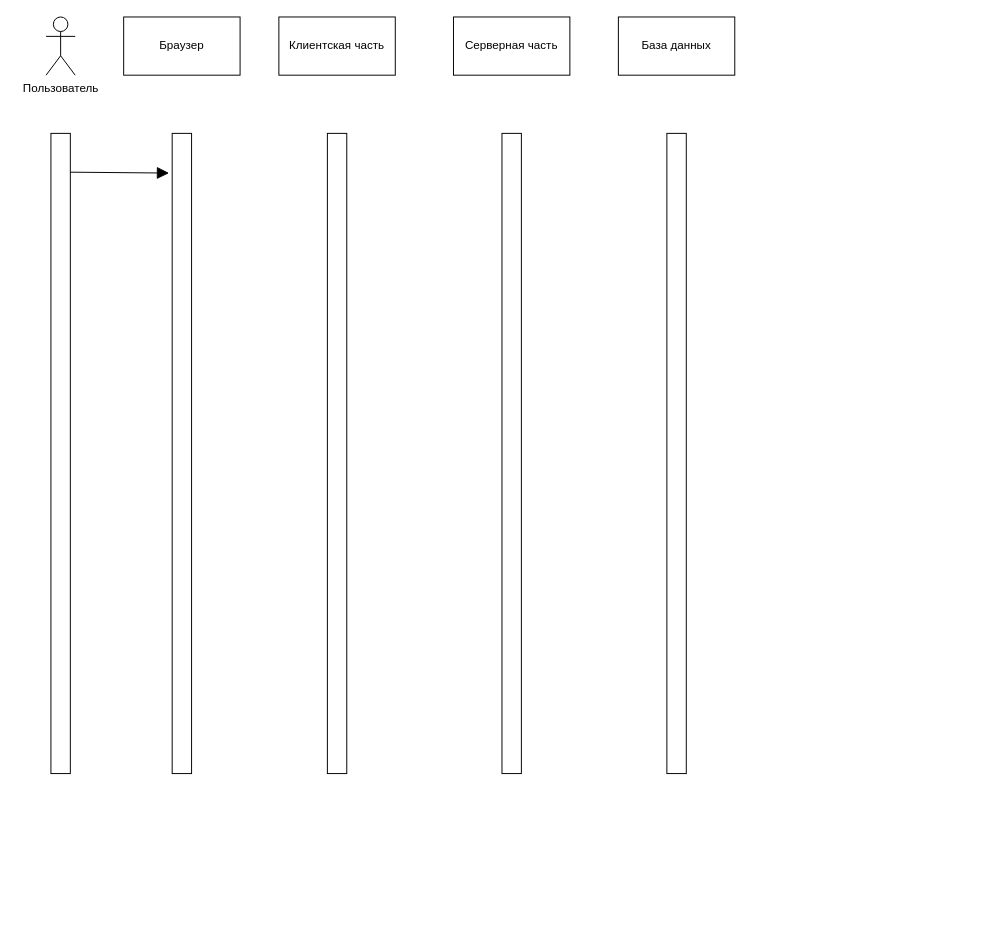
Before: Взаимодействие между компонентами.drawio in v-tempe/draw.io, a draw.io diagram. Source tidied: cells renumbered, new cells numbered last; positions are measured from the earlier drawing's top-left corner, leaving out a move shared by most shapes. Both pictures are drawn from the tidied source at 97%, with x=0, y=0 at pixel (46, 16).
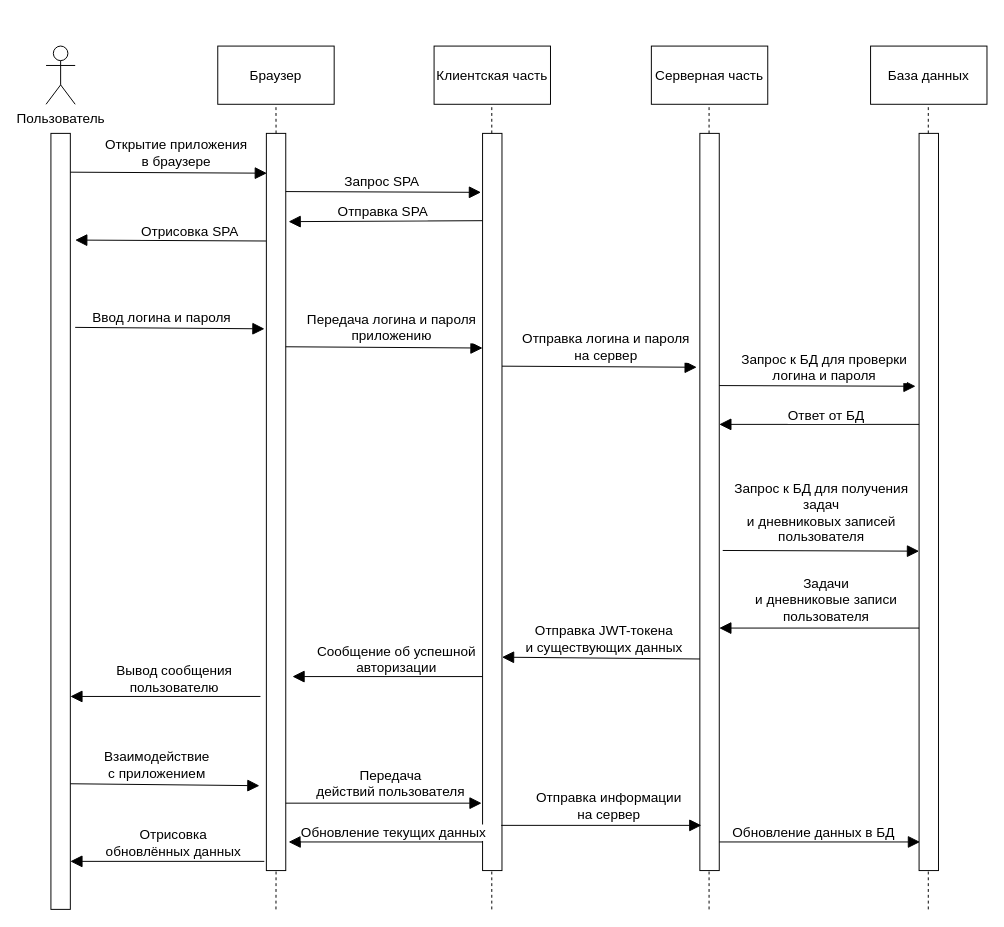
The same diagram, later.

Change to the diagram source:
```diff
@@
     <mxCell id="2" style="rounded=0;whiteSpace=wrap;html=1;" parent="1" vertex="1">
-      <mxGeometry x="5" y="120" width="20" height="660" as="geometry" />
+      <mxGeometry x="5" y="120" width="20" height="800" as="geometry" />
     </mxCell>
-    <mxCell id="3" value="Пользователь" style="shape=umlActor;verticalLabelPosition=bottom;verticalAlign=top;html=1;" parent="1" vertex="1">
-      <mxGeometry width="30" height="60" as="geometry" />
+    <mxCell id="3" value="Пользователь" style="shape=umlActor;verticalLabelPosition=bottom;verticalAlign=top;html=1;fontSize=14;" parent="1" vertex="1">
+      <mxGeometry y="30" width="30" height="60" as="geometry" />
     </mxCell>
-    <mxCell id="4" value="Браузер" style="rounded=0;whiteSpace=wrap;html=1;" parent="1" vertex="1">
-      <mxGeometry x="80" width="120" height="60" as="geometry" />
+    <mxCell id="4" value="Браузер" style="rounded=0;whiteSpace=wrap;html=1;fontSize=14;" parent="1" vertex="1">
+      <mxGeometry x="177" y="30" width="120" height="60" as="geometry" />
     </mxCell>
-    <mxCell id="5" value="Клиентская часть" style="rounded=0;whiteSpace=wrap;html=1;" parent="1" vertex="1">
-      <mxGeometry x="240" width="120" height="60" as="geometry" />
+    <mxCell id="5" value="Клиентская часть" style="rounded=0;whiteSpace=wrap;html=1;fontSize=14;" parent="1" vertex="1">
+      <mxGeometry x="400" y="30" width="120" height="60" as="geometry" />
     </mxCell>
-    <mxCell id="6" value="Серверная часть" style="rounded=0;whiteSpace=wrap;html=1;" parent="1" vertex="1">
-      <mxGeometry x="420" width="120" height="60" as="geometry" />
+    <mxCell id="6" value="Серверная часть" style="rounded=0;whiteSpace=wrap;html=1;fontSize=14;" parent="1" vertex="1">
+      <mxGeometry x="624" y="30" width="120" height="60" as="geometry" />
     </mxCell>
-    <mxCell id="7" value="База данных" style="rounded=0;whiteSpace=wrap;html=1;" parent="1" vertex="1">
-      <mxGeometry x="590" width="120" height="60" as="geometry" />
+    <mxCell id="7" value="База данных" style="rounded=0;whiteSpace=wrap;html=1;fontSize=14;" parent="1" vertex="1">
+      <mxGeometry x="850" y="30" width="120" height="60" as="geometry" />
     </mxCell>
     <mxCell id="8" style="rounded=0;whiteSpace=wrap;html=1;" parent="1" vertex="1">
-      <mxGeometry x="130" y="120" width="20" height="660" as="geometry" />
+      <mxGeometry x="227.1" y="120" width="20" height="760" as="geometry" />
     </mxCell>
     <mxCell id="9" style="rounded=0;whiteSpace=wrap;html=1;" parent="1" vertex="1">
-      <mxGeometry x="290" y="120" width="20" height="660" as="geometry" />
+      <mxGeometry x="450" y="120" width="20" height="760" as="geometry" />
     </mxCell>
     <mxCell id="10" style="rounded=0;whiteSpace=wrap;html=1;" parent="1" vertex="1">
-      <mxGeometry x="470" y="120" width="20" height="660" as="geometry" />
+      <mxGeometry x="674" y="120" width="20" height="760" as="geometry" />
     </mxCell>
     <mxCell id="11" style="rounded=0;whiteSpace=wrap;html=1;" parent="1" vertex="1">
-      <mxGeometry x="640" y="120" width="20" height="660" as="geometry" />
+      <mxGeometry x="900" y="120" width="20" height="760" as="geometry" />
     </mxCell>
-    <mxCell id="12" style="endArrow=block;html=1;rounded=0;entryX=-0.16;entryY=0.062;entryDx=0;entryDy=0;entryPerimeter=0;endFill=1;endSize=10;" parent="1" edge="1" target="8">
+    <mxCell id="12" style="endArrow=block;html=1;rounded=0;entryX=0.028;entryY=0.054;entryDx=0;entryDy=0;entryPerimeter=0;endFill=1;endSize=10;fontSize=14;" parent="1" edge="1" target="8">
       <mxGeometry relative="1" as="geometry">
         <mxPoint x="25" y="160" as="sourcePoint" />
       </mxGeometry>
     </mxCell>
+    <mxCell id="13" value="Открытие приложения&lt;div&gt;в браузере&lt;/div&gt;" style="edgeLabel;html=1;align=center;verticalAlign=middle;fontSize=14;" parent="12" vertex="1">
+      <mxGeometry x="0.14" y="-1" relative="1" as="geometry">
+        <mxPoint x="-7" y="-22" as="offset" />
+      </mxGeometry>
+    </mxCell>
+    <mxCell id="14" style="endArrow=block;html=1;rounded=0;endFill=1;endSize=10;fontSize=14;entryX=-0.08;entryY=0.08;entryDx=0;entryDy=0;entryPerimeter=0;" parent="1" edge="1" target="9">
+      <mxGeometry relative="1" as="geometry">
+        <mxPoint x="247.1" y="180" as="sourcePoint" />
+      </mxGeometry>
+    </mxCell>
+    <mxCell id="15" value="Запрос SPA" style="edgeLabel;html=1;align=center;verticalAlign=middle;fontSize=14;" parent="14" vertex="1">
+      <mxGeometry x="-0.42" y="-2" relative="1" as="geometry">
+        <mxPoint x="40" y="-13" as="offset" />
+      </mxGeometry>
+    </mxCell>
+    <mxCell id="16" style="endArrow=block;html=1;rounded=0;endFill=1;endSize=10;fontSize=14;" parent="1" edge="1">
+      <mxGeometry relative="1" as="geometry">
+        <mxPoint x="450" y="210" as="sourcePoint" />
+        <mxPoint x="250" y="211" as="targetPoint" />
+      </mxGeometry>
+    </mxCell>
+    <mxCell id="17" value="Отправка SPA" style="edgeLabel;html=1;align=center;verticalAlign=middle;fontSize=14;" parent="16" vertex="1">
+      <mxGeometry x="0.28" y="-3" relative="1" as="geometry">
+        <mxPoint x="25" y="-7" as="offset" />
+      </mxGeometry>
+    </mxCell>
+    <mxCell id="18" style="endArrow=block;html=1;rounded=0;endFill=1;endSize=10;fontSize=14;exitX=-0.013;exitY=0.146;exitDx=0;exitDy=0;exitPerimeter=0;" parent="1" edge="1" source="8">
+      <mxGeometry relative="1" as="geometry">
+        <mxPoint x="30" y="230" as="targetPoint" />
+      </mxGeometry>
+    </mxCell>
+    <mxCell id="19" value="Отрисовка SPA" style="edgeLabel;html=1;align=center;verticalAlign=middle;fontSize=14;" parent="18" vertex="1">
+      <mxGeometry x="0.28" y="-3" relative="1" as="geometry">
+        <mxPoint x="47" y="-7" as="offset" />
+      </mxGeometry>
+    </mxCell>
+    <mxCell id="20" style="endArrow=block;html=1;rounded=0;entryX=-0.092;entryY=0.275;entryDx=0;entryDy=0;entryPerimeter=0;endFill=1;endSize=10;fontSize=14;" parent="1" edge="1">
+      <mxGeometry relative="1" as="geometry">
+        <mxPoint x="30" y="320" as="sourcePoint" />
+        <mxPoint x="225.2" y="321.5" as="targetPoint" />
+      </mxGeometry>
+    </mxCell>
+    <mxCell id="21" value="Ввод логина и пароля" style="edgeLabel;html=1;align=center;verticalAlign=middle;fontSize=14;" parent="20" vertex="1">
+      <mxGeometry x="0.14" y="-1" relative="1" as="geometry">
+        <mxPoint x="-22" y="-12" as="offset" />
+      </mxGeometry>
+    </mxCell>
+    <mxCell id="22" style="endArrow=block;html=1;rounded=0;entryX=0;entryY=0.305;entryDx=0;entryDy=0;entryPerimeter=0;endFill=1;endSize=10;fontSize=14;" parent="1" edge="1">
+      <mxGeometry relative="1" as="geometry">
+        <mxPoint x="247" y="340" as="sourcePoint" />
+        <mxPoint x="450" y="341.3" as="targetPoint" />
+      </mxGeometry>
+    </mxCell>
+    <mxCell id="23" value="Передача логина и пароля&lt;div&gt;приложению&lt;/div&gt;" style="edgeLabel;html=1;align=center;verticalAlign=middle;fontSize=14;" parent="22" vertex="1">
+      <mxGeometry x="0.14" y="-1" relative="1" as="geometry">
+        <mxPoint x="-7" y="-22" as="offset" />
+      </mxGeometry>
+    </mxCell>
+    <mxCell id="24" style="endArrow=none;dashed=1;html=1;rounded=0;entryX=0.5;entryY=1;entryDx=0;entryDy=0;exitX=0.5;exitY=0;exitDx=0;exitDy=0;" parent="1" edge="1" source="8" target="4">
+      <mxGeometry relative="1" as="geometry" />
+    </mxCell>
+    <mxCell id="25" style="endArrow=none;dashed=1;html=1;rounded=0;entryX=0.5;entryY=1;entryDx=0;entryDy=0;exitX=0.5;exitY=0;exitDx=0;exitDy=0;" parent="1" edge="1">
+      <mxGeometry relative="1" as="geometry">
+        <mxPoint x="459.5" y="120" as="sourcePoint" />
+        <mxPoint x="459.5" y="90" as="targetPoint" />
+      </mxGeometry>
+    </mxCell>
+    <mxCell id="26" style="endArrow=none;dashed=1;html=1;rounded=0;entryX=0.5;entryY=1;entryDx=0;entryDy=0;exitX=0.5;exitY=0;exitDx=0;exitDy=0;" parent="1" edge="1">
+      <mxGeometry relative="1" as="geometry">
+        <mxPoint x="683.5" y="120" as="sourcePoint" />
+        <mxPoint x="683.5" y="90" as="targetPoint" />
+      </mxGeometry>
+    </mxCell>
+    <mxCell id="27" style="endArrow=none;dashed=1;html=1;rounded=0;entryX=0.5;entryY=1;entryDx=0;entryDy=0;exitX=0.5;exitY=0;exitDx=0;exitDy=0;" parent="1" edge="1">
+      <mxGeometry relative="1" as="geometry">
+        <mxPoint x="909.5" y="120" as="sourcePoint" />
+        <mxPoint x="909.5" y="90" as="targetPoint" />
+      </mxGeometry>
+    </mxCell>
+    <mxCell id="28" style="endArrow=block;html=1;rounded=0;endFill=1;endSize=10;fontSize=14;entryX=-0.16;entryY=0.335;entryDx=0;entryDy=0;entryPerimeter=0;" parent="1" edge="1">
+      <mxGeometry relative="1" as="geometry">
+        <mxPoint x="470" y="360" as="sourcePoint" />
+        <mxPoint x="670.8" y="361.1" as="targetPoint" />
+      </mxGeometry>
+    </mxCell>
+    <mxCell id="29" value="Отправка логина и пароля&lt;div&gt;на сервер&lt;/div&gt;" style="edgeLabel;html=1;align=center;verticalAlign=middle;fontSize=14;" parent="28" vertex="1">
+      <mxGeometry x="0.14" y="-1" relative="1" as="geometry">
+        <mxPoint x="-7" y="-22" as="offset" />
+      </mxGeometry>
+    </mxCell>
+    <mxCell id="30" style="endArrow=block;html=1;rounded=0;endFill=1;endSize=10;fontSize=14;entryX=-0.18;entryY=0.395;entryDx=0;entryDy=0;entryPerimeter=0;" parent="1" edge="1">
+      <mxGeometry relative="1" as="geometry">
+        <mxPoint x="694" y="380" as="sourcePoint" />
+        <mxPoint x="896.4" y="380.7" as="targetPoint" />
+      </mxGeometry>
+    </mxCell>
+    <mxCell id="31" value="Запрос к БД для проверки&lt;div&gt;логина и пароля&lt;/div&gt;" style="edgeLabel;html=1;align=center;verticalAlign=middle;fontSize=14;" parent="30" vertex="1">
+      <mxGeometry x="0.14" y="-1" relative="1" as="geometry">
+        <mxPoint x="-7" y="-21" as="offset" />
+      </mxGeometry>
+    </mxCell>
+    <mxCell id="32" style="endArrow=block;html=1;rounded=0;endFill=1;endSize=10;fontSize=14;" parent="1" edge="1">
+      <mxGeometry relative="1" as="geometry">
+        <mxPoint x="900" y="420" as="sourcePoint" />
+        <mxPoint x="694" y="420" as="targetPoint" />
+      </mxGeometry>
+    </mxCell>
+    <mxCell id="33" value="Ответ от БД" style="edgeLabel;html=1;align=center;verticalAlign=middle;fontSize=14;" parent="32" vertex="1">
+      <mxGeometry x="0.28" y="-3" relative="1" as="geometry">
+        <mxPoint x="35" y="-7" as="offset" />
+      </mxGeometry>
+    </mxCell>
+    <mxCell id="34" style="endArrow=block;html=1;rounded=0;endFill=1;endSize=10;fontSize=14;exitX=0;exitY=0.713;exitDx=0;exitDy=0;exitPerimeter=0;" parent="1" edge="1" source="10">
+      <mxGeometry relative="1" as="geometry">
+        <mxPoint x="470" y="660" as="targetPoint" />
+      </mxGeometry>
+    </mxCell>
+    <mxCell id="35" value="Отправка JWT-токена&lt;div&gt;и существующих данных&lt;/div&gt;" style="edgeLabel;html=1;align=center;verticalAlign=middle;fontSize=14;" parent="34" vertex="1">
+      <mxGeometry x="0.28" y="-3" relative="1" as="geometry">
+        <mxPoint x="31" y="-17" as="offset" />
+      </mxGeometry>
+    </mxCell>
+    <mxCell id="36" style="endArrow=block;html=1;rounded=0;endFill=1;endSize=10;fontSize=14;exitX=-0.052;exitY=0.167;exitDx=0;exitDy=0;exitPerimeter=0;" parent="1" edge="1">
+      <mxGeometry relative="1" as="geometry">
+        <mxPoint x="450" y="680" as="sourcePoint" />
+        <mxPoint x="254" y="680" as="targetPoint" />
+      </mxGeometry>
+    </mxCell>
+    <mxCell id="37" value="Сообщение об успешной&lt;div&gt;авторизации&lt;/div&gt;" style="edgeLabel;html=1;align=center;verticalAlign=middle;fontSize=14;" parent="36" vertex="1">
+      <mxGeometry x="0.28" y="-3" relative="1" as="geometry">
+        <mxPoint x="35" y="-16" as="offset" />
+      </mxGeometry>
+    </mxCell>
+    <mxCell id="38" style="endArrow=block;html=1;rounded=0;endFill=1;endSize=10;fontSize=14;exitX=-0.052;exitY=0.167;exitDx=0;exitDy=0;exitPerimeter=0;" parent="1" edge="1">
+      <mxGeometry relative="1" as="geometry">
+        <mxPoint x="221" y="700.5" as="sourcePoint" />
+        <mxPoint x="25" y="700.5" as="targetPoint" />
+      </mxGeometry>
+    </mxCell>
+    <mxCell id="39" value="Вывод сообщения&lt;div&gt;пользователю&lt;/div&gt;" style="edgeLabel;html=1;align=center;verticalAlign=middle;fontSize=14;" parent="38" vertex="1">
+      <mxGeometry x="0.28" y="-3" relative="1" as="geometry">
+        <mxPoint x="35" y="-16" as="offset" />
+      </mxGeometry>
+    </mxCell>
+    <mxCell id="40" style="endArrow=block;html=1;rounded=0;entryX=-0.092;entryY=0.275;entryDx=0;entryDy=0;entryPerimeter=0;endFill=1;endSize=10;fontSize=14;" parent="1" edge="1">
+      <mxGeometry relative="1" as="geometry">
+        <mxPoint x="25" y="790.5" as="sourcePoint" />
+        <mxPoint x="220" y="792.5" as="targetPoint" />
+      </mxGeometry>
+    </mxCell>
+    <mxCell id="41" value="Взаимодействие&lt;div&gt;с приложением&lt;/div&gt;" style="edgeLabel;html=1;align=center;verticalAlign=middle;fontSize=14;" parent="40" vertex="1">
+      <mxGeometry x="0.14" y="-1" relative="1" as="geometry">
+        <mxPoint x="-22" y="-22" as="offset" />
+      </mxGeometry>
+    </mxCell>
+    <mxCell id="42" style="endArrow=block;html=1;rounded=0;endFill=1;endSize=10;fontSize=14;" parent="1" edge="1">
+      <mxGeometry relative="1" as="geometry">
+        <mxPoint x="247.1" y="810.5" as="sourcePoint" />
+        <mxPoint x="449" y="810.5" as="targetPoint" />
+      </mxGeometry>
+    </mxCell>
+    <mxCell id="43" value="Передача&lt;div&gt;действий&amp;nbsp;&lt;span style=&quot;background-color: light-dark(#ffffff, var(--ge-dark-color, #121212)); color: light-dark(rgb(0, 0, 0), rgb(255, 255, 255));&quot;&gt;пользователя&lt;/span&gt;&lt;/div&gt;" style="edgeLabel;html=1;align=center;verticalAlign=middle;fontSize=14;" parent="42" vertex="1">
+      <mxGeometry x="0.14" y="-1" relative="1" as="geometry">
+        <mxPoint x="-8" y="-22" as="offset" />
+      </mxGeometry>
+    </mxCell>
+    <mxCell id="44" style="endArrow=block;html=1;rounded=0;entryX=0.08;entryY=0.762;entryDx=0;entryDy=0;endFill=1;endSize=10;fontSize=14;entryPerimeter=0;exitX=0.96;exitY=0.762;exitDx=0;exitDy=0;exitPerimeter=0;" parent="1" edge="1">
+      <mxGeometry relative="1" as="geometry">
+        <mxPoint x="469.2" y="833.4" as="sourcePoint" />
+        <mxPoint x="675.6" y="833.4" as="targetPoint" />
+      </mxGeometry>
+    </mxCell>
+    <mxCell id="45" value="Отправка информации&lt;div&gt;на сервер&lt;/div&gt;" style="edgeLabel;html=1;align=center;verticalAlign=middle;fontSize=14;" parent="44" vertex="1">
+      <mxGeometry x="0.14" y="-1" relative="1" as="geometry">
+        <mxPoint x="-8" y="-22" as="offset" />
+      </mxGeometry>
+    </mxCell>
+    <mxCell id="46" style="endArrow=block;html=1;rounded=0;entryX=0.08;entryY=0.762;entryDx=0;entryDy=0;endFill=1;endSize=10;fontSize=14;entryPerimeter=0;exitX=0.96;exitY=0.762;exitDx=0;exitDy=0;exitPerimeter=0;" parent="1" edge="1">
+      <mxGeometry relative="1" as="geometry">
+        <mxPoint x="694" y="850.5" as="sourcePoint" />
+        <mxPoint x="901" y="850.5" as="targetPoint" />
+      </mxGeometry>
+    </mxCell>
+    <mxCell id="47" value="Обновление&amp;nbsp;&lt;span style=&quot;background-color: light-dark(#ffffff, var(--ge-dark-color, #121212)); color: light-dark(rgb(0, 0, 0), rgb(255, 255, 255));&quot;&gt;данных в БД&lt;/span&gt;" style="edgeLabel;html=1;align=center;verticalAlign=middle;fontSize=14;" parent="46" vertex="1">
+      <mxGeometry x="0.14" y="-1" relative="1" as="geometry">
+        <mxPoint x="-22" y="-11" as="offset" />
+      </mxGeometry>
+    </mxCell>
+    <mxCell id="48" style="endArrow=block;html=1;rounded=0;endFill=1;endSize=10;fontSize=14;exitX=-0.052;exitY=0.167;exitDx=0;exitDy=0;exitPerimeter=0;" parent="1" edge="1">
+      <mxGeometry relative="1" as="geometry">
+        <mxPoint x="450" y="850.5" as="sourcePoint" />
+        <mxPoint x="250" y="850.5" as="targetPoint" />
+      </mxGeometry>
+    </mxCell>
+    <mxCell id="49" value="Обновление текущих данных" style="edgeLabel;html=1;align=center;verticalAlign=middle;fontSize=14;" parent="48" vertex="1">
+      <mxGeometry x="0.28" y="-3" relative="1" as="geometry">
+        <mxPoint x="35" y="-7" as="offset" />
+      </mxGeometry>
+    </mxCell>
+    <mxCell id="50" style="endArrow=block;html=1;rounded=0;endFill=1;endSize=10;fontSize=14;exitX=-0.052;exitY=0.167;exitDx=0;exitDy=0;exitPerimeter=0;" parent="1" edge="1">
+      <mxGeometry relative="1" as="geometry">
+        <mxPoint x="225" y="870.5" as="sourcePoint" />
+        <mxPoint x="25" y="870.5" as="targetPoint" />
+      </mxGeometry>
+    </mxCell>
+    <mxCell id="51" value="Отрисовка&lt;div&gt;обновлённых данных&lt;/div&gt;" style="edgeLabel;html=1;align=center;verticalAlign=middle;fontSize=14;" parent="50" vertex="1">
+      <mxGeometry x="0.28" y="-3" relative="1" as="geometry">
+        <mxPoint x="33" y="-17" as="offset" />
+      </mxGeometry>
+    </mxCell>
+    <mxCell id="52" style="endArrow=block;html=1;rounded=0;endFill=1;endSize=10;fontSize=14;entryX=-0.18;entryY=0.395;entryDx=0;entryDy=0;entryPerimeter=0;" parent="1" edge="1">
+      <mxGeometry relative="1" as="geometry">
+        <mxPoint x="697.6" y="550" as="sourcePoint" />
+        <mxPoint x="900" y="550.7" as="targetPoint" />
+      </mxGeometry>
+    </mxCell>
+    <mxCell id="53" value="Запрос к БД для получения&lt;div&gt;&lt;span style=&quot;background-color: light-dark(#ffffff, var(--ge-dark-color, #121212)); color: light-dark(rgb(0, 0, 0), rgb(255, 255, 255));&quot;&gt;задач&lt;/span&gt;&lt;/div&gt;&lt;div&gt;&lt;span style=&quot;background-color: light-dark(#ffffff, var(--ge-dark-color, #121212)); color: light-dark(rgb(0, 0, 0), rgb(255, 255, 255));&quot;&gt;и дневниковых записей&lt;/span&gt;&lt;/div&gt;&lt;div&gt;&lt;span style=&quot;background-color: light-dark(#ffffff, var(--ge-dark-color, #121212)); color: light-dark(rgb(0, 0, 0), rgb(255, 255, 255));&quot;&gt;пользователя&lt;/span&gt;&lt;/div&gt;" style="edgeLabel;html=1;align=center;verticalAlign=middle;fontSize=14;" parent="52" vertex="1">
+      <mxGeometry x="0.14" y="-1" relative="1" as="geometry">
+        <mxPoint x="-14" y="-41" as="offset" />
+      </mxGeometry>
+    </mxCell>
+    <mxCell id="54" style="endArrow=block;html=1;rounded=0;endFill=1;endSize=10;fontSize=14;" parent="1" edge="1">
+      <mxGeometry relative="1" as="geometry">
+        <mxPoint x="900" y="630" as="sourcePoint" />
+        <mxPoint x="694" y="630" as="targetPoint" />
+      </mxGeometry>
+    </mxCell>
+    <mxCell id="55" value="&lt;div&gt;&lt;span style=&quot;background-color: light-dark(#ffffff, var(--ge-dark-color, #121212)); color: light-dark(rgb(0, 0, 0), rgb(255, 255, 255));&quot;&gt;Задачи&lt;/span&gt;&lt;/div&gt;&lt;div&gt;&lt;span style=&quot;background-color: light-dark(#ffffff, var(--ge-dark-color, #121212)); color: light-dark(rgb(0, 0, 0), rgb(255, 255, 255));&quot;&gt;и дневниковые записи&lt;/span&gt;&lt;/div&gt;&lt;div&gt;&lt;span style=&quot;background-color: light-dark(#ffffff, var(--ge-dark-color, #121212)); color: light-dark(rgb(0, 0, 0), rgb(255, 255, 255));&quot;&gt;пользователя&lt;/span&gt;&lt;/div&gt;" style="edgeLabel;html=1;align=center;verticalAlign=middle;fontSize=14;" parent="54" vertex="1">
+      <mxGeometry x="0.28" y="-3" relative="1" as="geometry">
+        <mxPoint x="35" y="-27" as="offset" />
+      </mxGeometry>
+    </mxCell>
+    <mxCell id="56" style="endArrow=none;dashed=1;html=1;rounded=0;entryX=0.5;entryY=1;entryDx=0;entryDy=0;" parent="1" edge="1" target="8">
+      <mxGeometry relative="1" as="geometry">
+        <mxPoint x="237" y="920" as="sourcePoint" />
+      </mxGeometry>
+    </mxCell>
+    <mxCell id="57" style="endArrow=none;dashed=1;html=1;rounded=0;entryX=0.5;entryY=1;entryDx=0;entryDy=0;" parent="1" edge="1">
+      <mxGeometry relative="1" as="geometry">
+        <mxPoint x="459.5" y="920" as="sourcePoint" />
+        <mxPoint x="459.5" y="880" as="targetPoint" />
+      </mxGeometry>
+    </mxCell>
+    <mxCell id="58" style="endArrow=none;dashed=1;html=1;rounded=0;entryX=0.5;entryY=1;entryDx=0;entryDy=0;" parent="1" edge="1">
+      <mxGeometry relative="1" as="geometry">
+        <mxPoint x="683.5" y="920" as="sourcePoint" />
+        <mxPoint x="683.5" y="880" as="targetPoint" />
+      </mxGeometry>
+    </mxCell>
+    <mxCell id="59" style="endArrow=none;dashed=1;html=1;rounded=0;entryX=0.5;entryY=1;entryDx=0;entryDy=0;" parent="1" edge="1">
+      <mxGeometry relative="1" as="geometry">
+        <mxPoint x="909.5" y="920" as="sourcePoint" />
+        <mxPoint x="909.5" y="880" as="targetPoint" />
+      </mxGeometry>
+    </mxCell>
```
